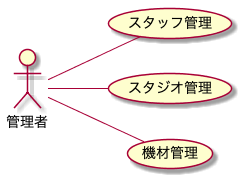
Earlier version of the PlantUML export modeling/04_BusinessUsecase_設備管理/BusinessUsecase.png (TakashiOnawa/ddd-practice-studio-reservation).
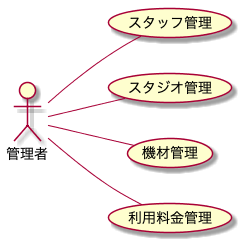
The same file after the commit.

What changed in the source:
```diff
@@ -7,5 +7,6 @@
 管理者 -- (スタッフ管理)
 管理者 -- (スタジオ管理)
 管理者 -- (機材管理)
+管理者 -- (利用料金管理)
 
 @enduml
```
